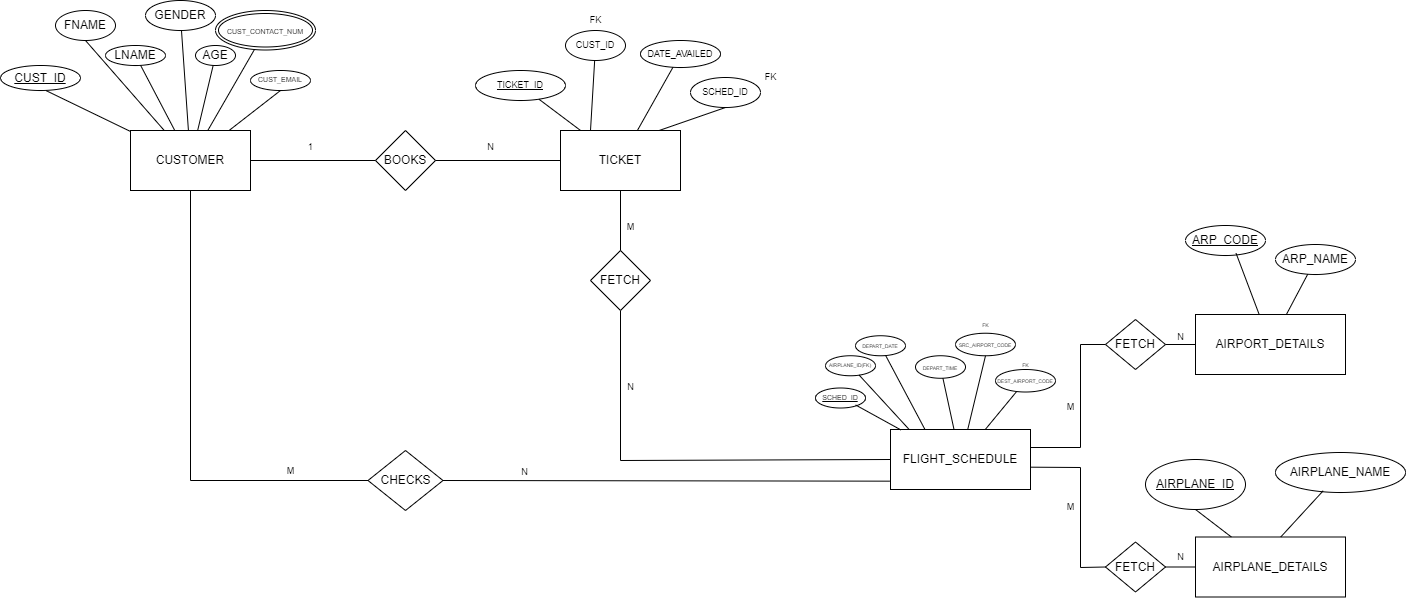
Before: AIRLINE RESERVATION SYSTEM.drawio.png, a diagram exported from draw.io (abhinav162/Diagrams). Source tidied: cells renumbered, new cells last; positions are measured from the earlier drawing's top-left corner, leaving out a move shared by most shapes.
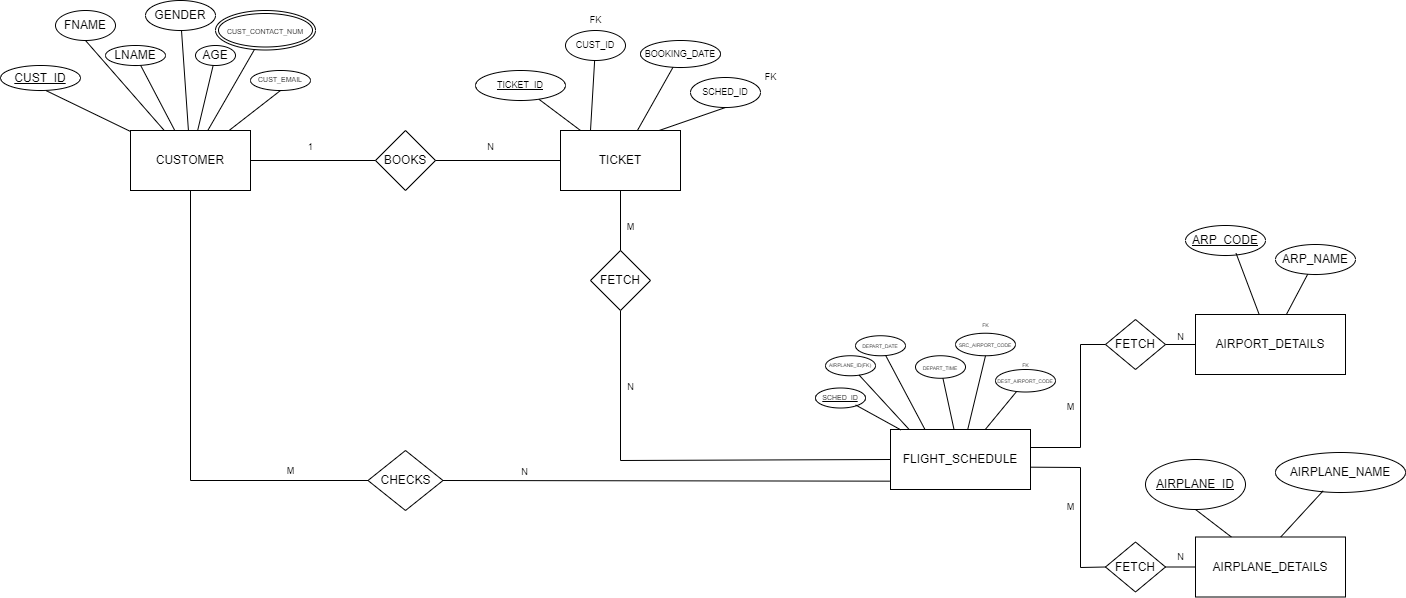
Above is the later version.

Change to the diagram source:
```diff
@@ -175,7 +175,7 @@
     <mxCell id="54" value="CUST_ID" style="ellipse;whiteSpace=wrap;html=1;fontSize=9;" parent="1" vertex="1">
       <mxGeometry x="565" y="30" width="60" height="30" as="geometry" />
     </mxCell>
-    <mxCell id="55" value="DATE_AVAILED" style="ellipse;whiteSpace=wrap;html=1;fontSize=9;" parent="1" vertex="1">
+    <mxCell id="55" value="BOOKING_DATE" style="ellipse;whiteSpace=wrap;html=1;fontSize=9;" parent="1" vertex="1">
       <mxGeometry x="640" y="40" width="80" height="27" as="geometry" />
     </mxCell>
     <mxCell id="56" style="endArrow=none;html=1;rounded=0;fontSize=9;" parent="1" edge="1" source="6" target="53">
```
